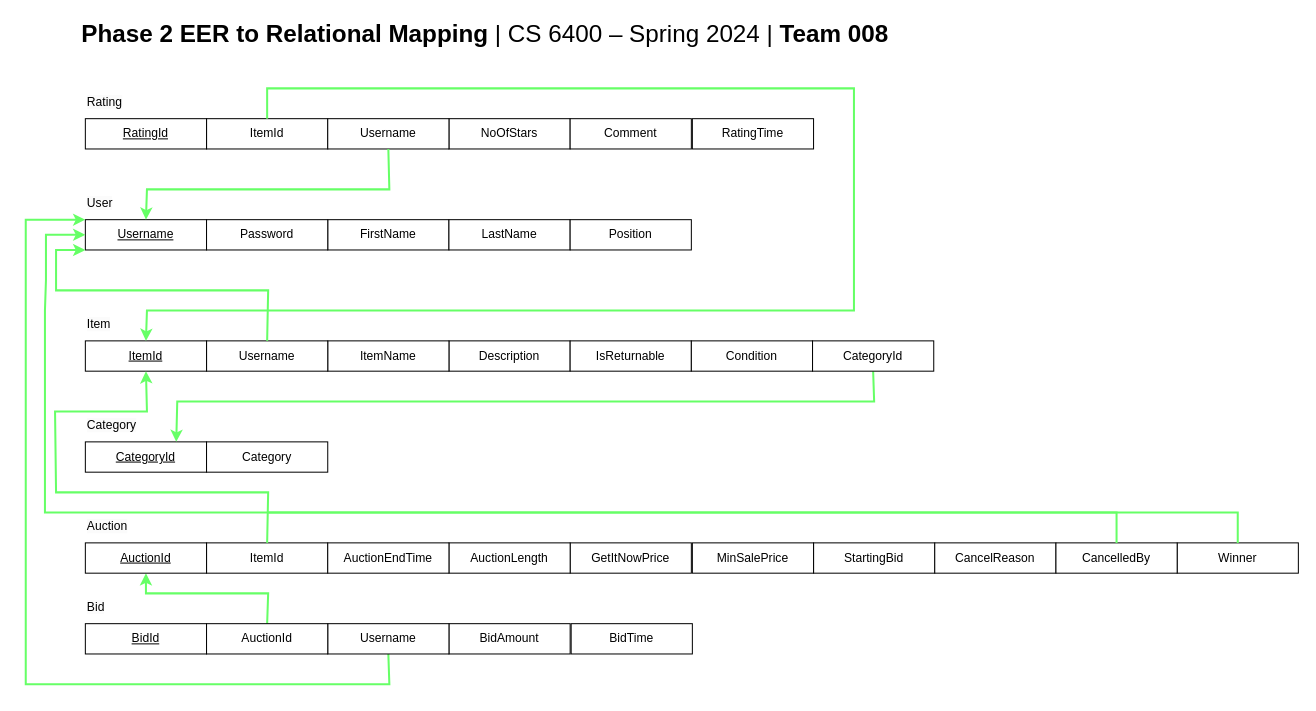
Before: Phase_2/EERMapping/EERMapping.drawio in leileili1010/Buzzbid, a draw.io diagram. Source tidied: cells renumbered, new cells numbered last; positions are measured from the earlier drawing's top-left corner, leaving out a move shared by most shapes. Both pictures are drawn from the tidied source at 101%, with x=0, y=0 at pixel (25, 17).
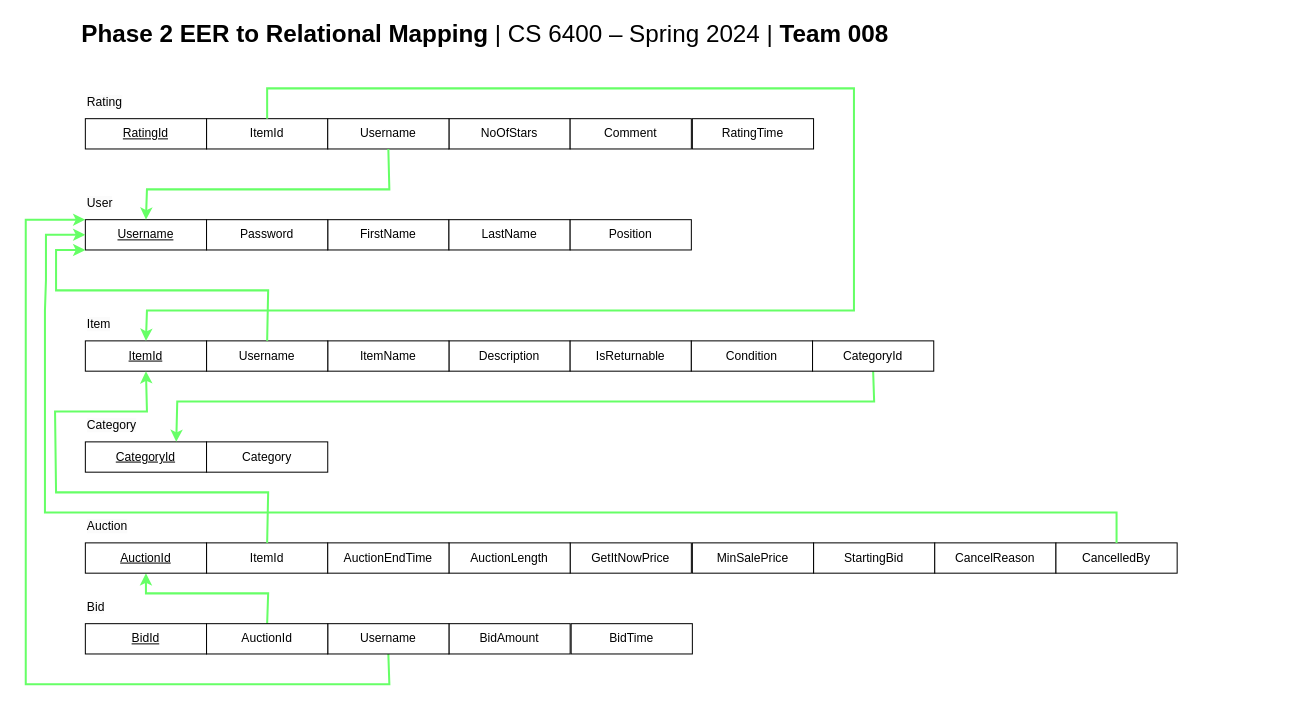
The same page after the edit.

Commit message (it also covers changes not shown here):
Removed Winner attribute from EER, EER2RL mapping, and schema sql

What changed in the source:
```diff
@@
-    <mxCell id="24" value="Winner" style="rounded=0;whiteSpace=wrap;html=1;" parent="1" vertex="1">
-      <mxGeometry x="1140" y="520" width="120" height="30" as="geometry" />
-    </mxCell>
@@
-    <mxCell id="45" style="endArrow=none;html=1;rounded=0;entryX=0.5;entryY=0;entryDx=0;entryDy=0;fillColor=#d5e8d4;strokeColor=#66FF66;strokeWidth=2;" parent="1" edge="1" target="24">
-      <mxGeometry relative="1" as="geometry">
-        <mxPoint x="240" y="490" as="sourcePoint" />
-        <Array as="points">
-          <mxPoint x="1030" y="490" />
-          <mxPoint x="1200" y="490" />
-        </Array>
-      </mxGeometry>
-    </mxCell>
```
